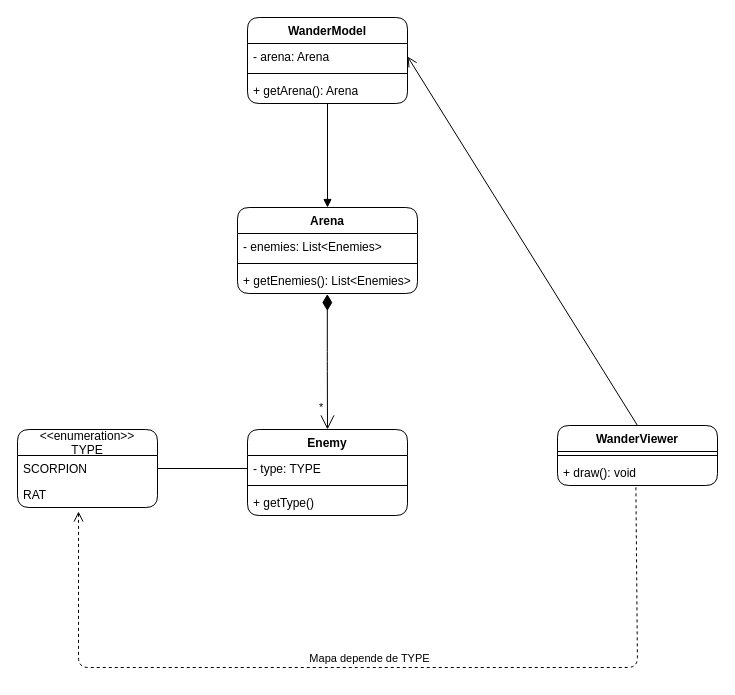
Before: docs/UMLReport/Draw.drawio in marhcouto/fallout0, a draw.io diagram. Source tidied: cells renumbered, new cells numbered last; positions are measured from the earlier drawing's top-left corner, leaving out a move shared by most shapes. Both pictures are drawn from the tidied source at 100%, with x=0, y=0 at pixel (17, 17).
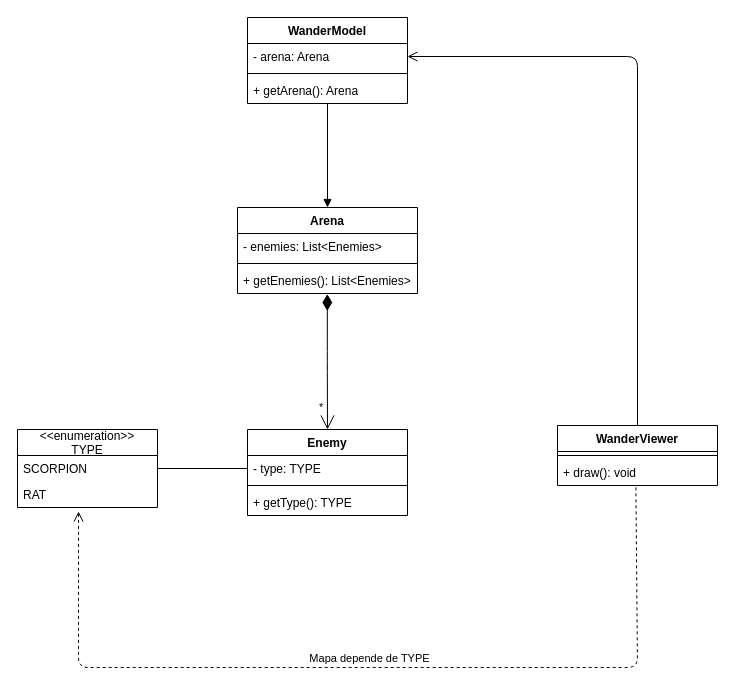
The same page after the edit.

The change refers to these unchanged cells:
```xml
<mxCell id="11" value="- arena: Arena" style="text;strokeColor=none;fillColor=none;align=left;verticalAlign=top;spacingLeft=4;spacingRight=4;overflow=hidden;points=[[0,0.5],[1,0.5]];portConstraint=eastwest;" parent="10" vertex="1">
  <mxGeometry y="26" width="160" height="26" as="geometry" />
</mxCell>
```

What changed in the source:
```diff
@@
-    <mxCell id="2" value="&lt;&lt;enumeration&gt;&gt;&#10;TYPE" style="swimlane;fontStyle=0;horizontal=1;startSize=26;fillColor=none;rounded=1;" parent="1" vertex="1">
+    <mxCell id="2" value="&lt;&lt;enumeration&gt;&gt;&#10;TYPE" style="swimlane;fontStyle=0;horizontal=1;startSize=26;fillColor=none;rounded=0;" parent="1" vertex="1">
       <mxGeometry y="412" width="140" height="78" as="geometry" />
     </mxCell>
@@
-    <mxCell id="5" value="Enemy" style="swimlane;fontStyle=1;align=center;verticalAlign=top;horizontal=1;startSize=26;rounded=1;" parent="1" vertex="1">
+    <mxCell id="5" value="Enemy" style="swimlane;fontStyle=1;align=center;verticalAlign=top;horizontal=1;startSize=26;rounded=0;" parent="1" vertex="1">
       <mxGeometry x="230" y="412" width="160" height="86" as="geometry" />
     </mxCell>
@@
-    <mxCell id="8" value="+ getType()" style="text;strokeColor=none;fillColor=none;align=left;verticalAlign=top;spacingLeft=4;spacingRight=4;overflow=hidden;" parent="5" vertex="1">
+    <mxCell id="8" value="+ getType(): TYPE" style="text;strokeColor=none;fillColor=none;align=left;verticalAlign=top;spacingLeft=4;spacingRight=4;overflow=hidden;" parent="5" vertex="1">
       <mxGeometry y="60" width="160" height="26" as="geometry" />
     </mxCell>
@@
-    <mxCell id="10" value="WanderModel" style="swimlane;fontStyle=1;align=center;verticalAlign=top;horizontal=1;startSize=26;rounded=1;" parent="1" vertex="1">
+    <mxCell id="10" value="WanderModel" style="swimlane;fontStyle=1;align=center;verticalAlign=top;horizontal=1;startSize=26;rounded=0;" parent="1" vertex="1">
       <mxGeometry x="230" width="160" height="86" as="geometry" />
     </mxCell>
@@
-    <mxCell id="14" value="WanderViewer" style="swimlane;fontStyle=1;align=center;verticalAlign=top;horizontal=1;startSize=26;rounded=1;" parent="1" vertex="1">
+    <mxCell id="14" value="WanderViewer" style="swimlane;fontStyle=1;align=center;verticalAlign=top;horizontal=1;startSize=26;rounded=0;" parent="1" vertex="1">
       <mxGeometry x="540" y="408" width="160" height="60" as="geometry" />
     </mxCell>
@@
     <mxCell id="20" style="html=1;verticalAlign=bottom;endArrow=open;endSize=8;exitX=0.5;exitY=0;exitDx=0;exitDy=0;entryX=1;entryY=0.5;entryDx=0;entryDy=0;" parent="1" edge="1" source="14" target="11">
-      <mxGeometry relative="1" as="geometry" />
+      <mxGeometry relative="1" as="geometry">
+        <Array as="points">
+          <mxPoint x="620" y="39" />
+        </Array>
+      </mxGeometry>
     </mxCell>
-    <mxCell id="21" value="Arena" style="swimlane;fontStyle=1;align=center;verticalAlign=top;horizontal=1;startSize=26;rounded=1;" parent="1" vertex="1">
+    <mxCell id="21" value="Arena" style="swimlane;fontStyle=1;align=center;verticalAlign=top;horizontal=1;startSize=26;rounded=0;" parent="1" vertex="1">
       <mxGeometry x="220" y="190" width="180" height="86" as="geometry" />
     </mxCell>
```
